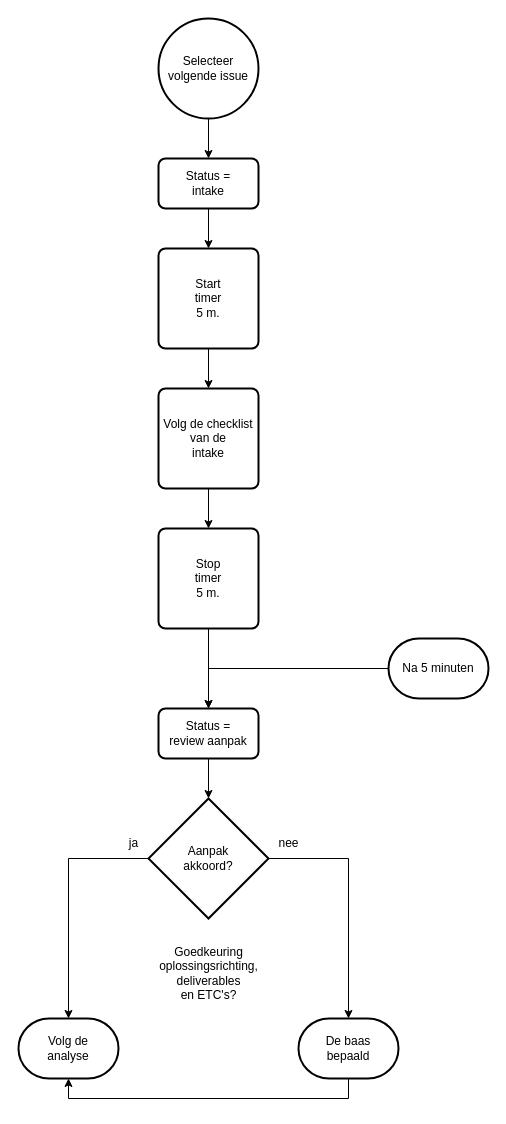
The draw.io diagram 1 Issue Tracker intake.drawio in Zaibatsu89/IssueTracker, before the edit. Source tidied: cells renumbered, new cells numbered last; positions are measured from the earlier drawing's top-left corner, leaving out a move shared by most shapes. Both pictures are drawn from the tidied source at 100%, with x=0, y=0 at pixel (18, 18).
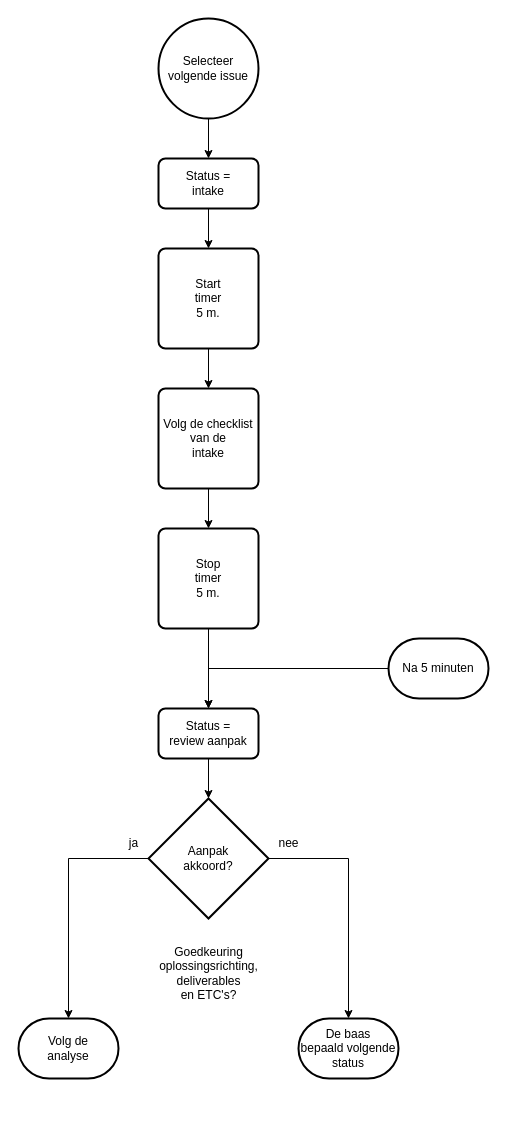
Above is the later version.

Commit message (it also covers changes not shown here):
Vervang “De baas bepaald” door “De baas bepaald volgende status” en haal vervolg weg zoals “Volg de analyse” in flowcharts

The change refers to these unchanged cells:
```xml
<mxCell id="14" value="Volg de&lt;br&gt;analyse" style="strokeWidth=2;html=1;shape=mxgraph.flowchart.terminator;whiteSpace=wrap;" parent="1" vertex="1">
  <mxGeometry y="1000" width="100" height="60" as="geometry" />
</mxCell>
```

The edit, as a diff of the source:
```diff
@@
-    <mxCell id="15" value="De baas&lt;br&gt;bepaald" style="strokeWidth=2;html=1;shape=mxgraph.flowchart.terminator;whiteSpace=wrap;" parent="1" vertex="1">
+    <mxCell id="15" value="De baas&lt;br&gt;bepaald volgende&lt;br&gt;status" style="strokeWidth=2;html=1;shape=mxgraph.flowchart.terminator;whiteSpace=wrap;" parent="1" vertex="1">
       <mxGeometry x="280" y="1000" width="100" height="60" as="geometry" />
     </mxCell>
@@
-    <mxCell id="20" style="edgeStyle=orthogonalEdgeStyle;rounded=0;jettySize=auto;html=1;exitX=0.5;exitY=1;exitDx=0;exitDy=0;exitPerimeter=0;entryX=0.5;entryY=1;entryDx=0;entryDy=0;entryPerimeter=0;" parent="1" edge="1" source="15" target="14">
-      <mxGeometry relative="1" as="geometry" />
-    </mxCell>
```
